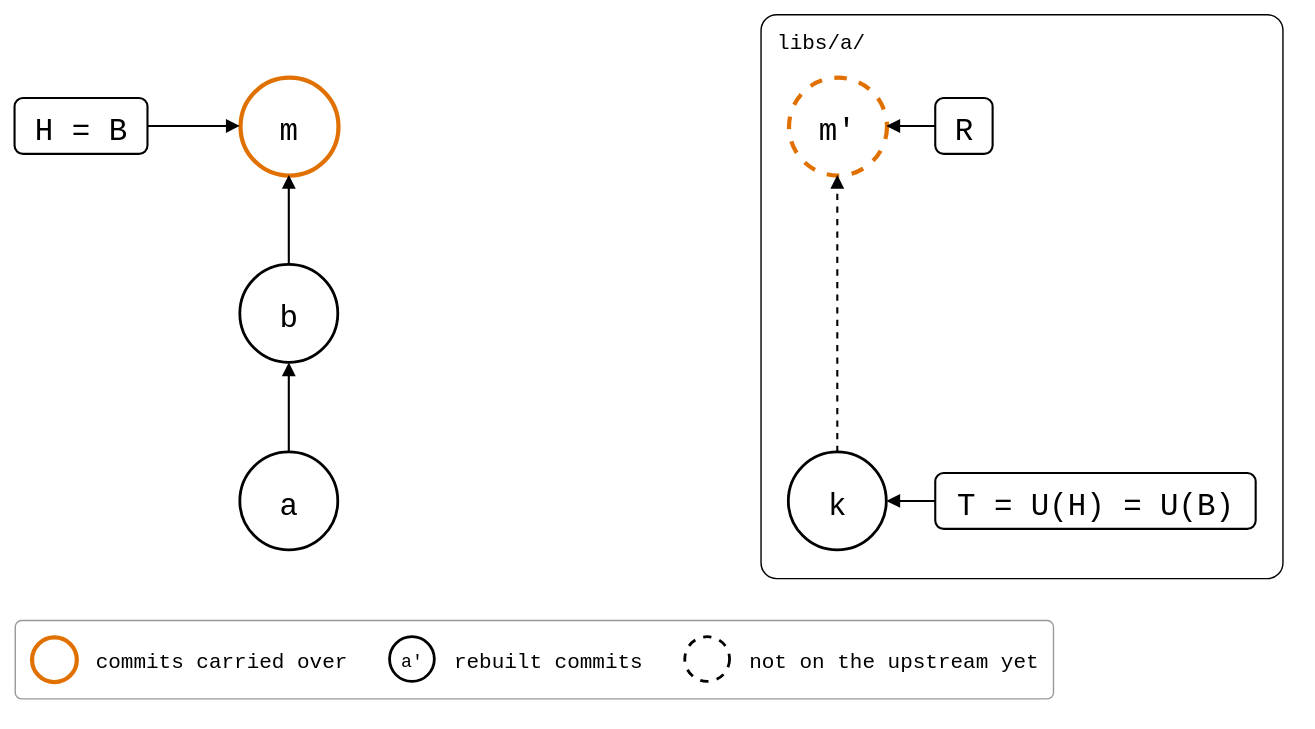
This is test/scenarios/07-moved-folders/01-moved-with-unpushed-commits/moved-with-unpushed-commits.drawio.svg from roschaefer/git-splice, a draw.io export, as it was before one commit. Source tidied: cells renumbered, new cells last; positions are measured from the earlier drawing's top-left corner, leaving out a move shared by most shapes.
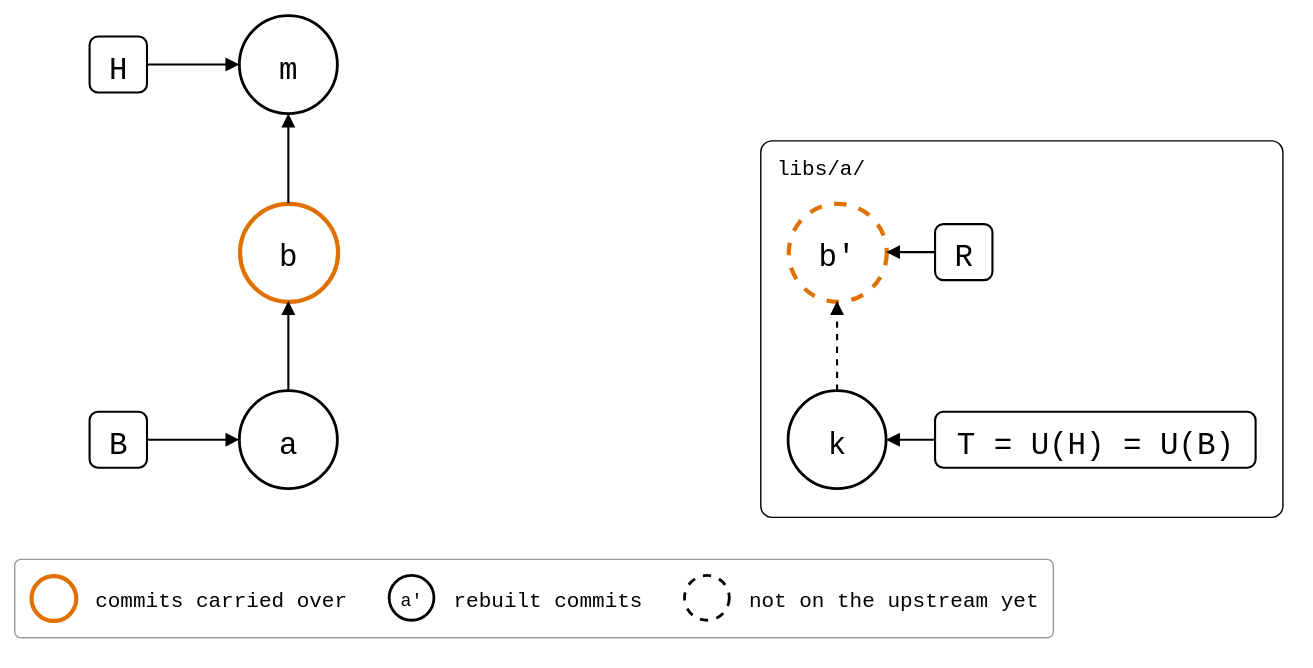
Above is the later version.

What changed in the source:
```diff
@@ -3,25 +3,25 @@
     <mxCell id="0" />
     <mxCell id="1" parent="0" />
     <mxCell id="2" value="libs/a/" style="rounded=1;arcSize=3;fillColor=none;strokeWidth=1;fontSize=15;verticalAlign=top;align=left;spacingLeft=10;spacingTop=4;fontFamily=Roboto Mono,monospace;" parent="1" vertex="1">
-      <mxGeometry x="533" width="373" height="403" as="geometry" />
+      <mxGeometry x="533" y="134" width="373" height="269" as="geometry" />
     </mxCell>
     <mxCell id="3" value="a" style="ellipse;strokeWidth=2;fontSize=22;fontFamily=Roboto Mono,monospace;" parent="1" vertex="1">
       <mxGeometry x="161" y="313" width="70" height="70" as="geometry" />
     </mxCell>
-    <mxCell id="4" value="b" style="ellipse;strokeWidth=2;fontSize=22;fontFamily=Roboto Mono,monospace;" parent="1" vertex="1">
+    <mxCell id="4" value="b" style="ellipse;fontSize=22;fontFamily=Roboto Mono,monospace;strokeColor=#E07000;strokeWidth=3;" parent="1" vertex="1">
       <mxGeometry x="161" y="179" width="70" height="70" as="geometry" />
     </mxCell>
-    <mxCell id="5" value="m" style="ellipse;fontSize=22;fontFamily=Roboto Mono,monospace;strokeColor=#E07000;strokeWidth=3;" parent="1" vertex="1">
+    <mxCell id="5" value="m" style="ellipse;strokeWidth=2;fontSize=22;fontFamily=Roboto Mono,monospace;" parent="1" vertex="1">
       <mxGeometry x="161" y="45" width="70" height="70" as="geometry" />
     </mxCell>
     <mxCell id="6" value="k" style="ellipse;strokeWidth=2;fontSize=22;fontFamily=Roboto Mono,monospace;" parent="1" vertex="1">
       <mxGeometry x="553" y="313" width="70" height="70" as="geometry" />
     </mxCell>
-    <mxCell id="7" value="m'" style="ellipse;fontSize=22;fontFamily=Roboto Mono,monospace;dashed=1;strokeColor=#E07000;strokeWidth=3;" parent="1" vertex="1">
-      <mxGeometry x="553" y="45" width="70" height="70" as="geometry" />
-    </mxCell>
+    <mxCell id="24" value="b'" style="ellipse;fontSize=22;fontFamily=Roboto Mono,monospace;dashed=1;strokeColor=#E07000;strokeWidth=3;" parent="1" vertex="1">
+      <mxGeometry x="553" y="179" width="70" height="70" as="geometry" />
+    </mxCell>
-    <mxCell id="8" value="H = B" style="rounded=1;strokeWidth=1.5;fontSize=22;fontFamily=Roboto Mono,monospace;" parent="1" vertex="1">
-      <mxGeometry y="60" width="95" height="40" as="geometry" />
+    <mxCell id="8" value="H" style="rounded=1;strokeWidth=1.5;fontSize=22;fontFamily=Roboto Mono,monospace;" parent="1" vertex="1">
+      <mxGeometry x="54" y="60" width="41" height="40" as="geometry" />
     </mxCell>
     <mxCell id="9" style="endArrow=block;endFill=1;html=1;strokeWidth=1.5;rounded=0;" parent="1" edge="1" source="8" target="5">
       <mxGeometry relative="1" as="geometry" />
@@ -33,9 +33,9 @@
       <mxGeometry relative="1" as="geometry" />
     </mxCell>
     <mxCell id="12" value="R" style="rounded=1;strokeWidth=1.5;fontSize=22;fontFamily=Roboto Mono,monospace;" parent="1" vertex="1">
-      <mxGeometry x="658" y="60" width="41" height="40" as="geometry" />
+      <mxGeometry x="658" y="194" width="41" height="40" as="geometry" />
     </mxCell>
-    <mxCell id="13" style="endArrow=block;endFill=1;html=1;strokeWidth=1.5;rounded=0;" parent="1" edge="1" source="12" target="7">
+    <mxCell id="13" style="endArrow=block;endFill=1;html=1;strokeWidth=1.5;rounded=0;" parent="1" edge="1" source="12" target="24">
       <mxGeometry relative="1" as="geometry" />
     </mxCell>
     <mxCell id="14" style="endArrow=block;endFill=1;html=1;strokeWidth=1.5;rounded=0;" parent="1" edge="1" source="3" target="4">
@@ -44,9 +44,15 @@
     <mxCell id="15" style="endArrow=block;endFill=1;html=1;strokeWidth=1.5;rounded=0;" parent="1" edge="1" source="4" target="5">
       <mxGeometry relative="1" as="geometry" />
     </mxCell>
-    <mxCell id="16" style="endArrow=block;endFill=1;html=1;strokeWidth=1.5;rounded=0;dashed=1;" parent="1" edge="1" source="6" target="7">
+    <mxCell id="16" style="endArrow=block;endFill=1;html=1;strokeWidth=1.5;rounded=0;dashed=1;" parent="1" edge="1" source="6" target="24">
       <mxGeometry relative="1" as="geometry" />
     </mxCell>
+    <mxCell id="25" value="B" style="rounded=1;strokeWidth=1.5;fontSize=22;fontFamily=Roboto Mono,monospace;" parent="1" vertex="1">
+      <mxGeometry x="54" y="328" width="41" height="40" as="geometry" />
+    </mxCell>
+    <mxCell id="26" style="endArrow=block;endFill=1;html=1;strokeWidth=1.5;rounded=0;" parent="1" edge="1" source="25" target="3">
+      <mxGeometry relative="1" as="geometry" />
+    </mxCell>
     <mxCell id="17" style="rounded=1;arcSize=8;fillColor=none;strokeColor=#999999;strokeWidth=1;legend=1;" parent="1" vertex="1">
       <mxGeometry y="433" width="742" height="56" as="geometry" />
     </mxCell>
```
